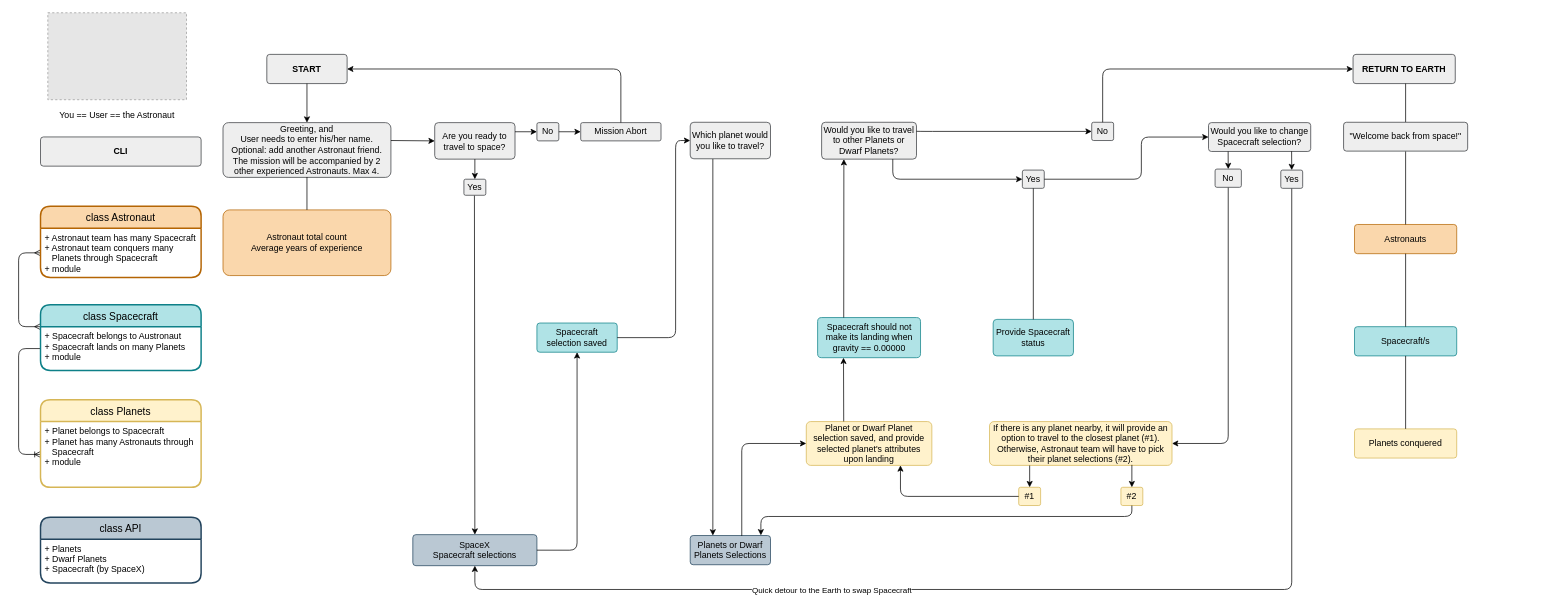
Earlier version of the draw.io diagram Space-Exp Diagram.drawio (fentybit/CLISpaceExploration). Source tidied: cells renumbered, new cells numbered last; positions are measured from the earlier drawing's top-left corner, leaving out a move shared by most shapes. Both pictures are drawn from the tidied source at 73%, with x=0, y=0 at pixel (18, 12). Pictures stored in the file or linked from it are replaced by grey dashed boxes.
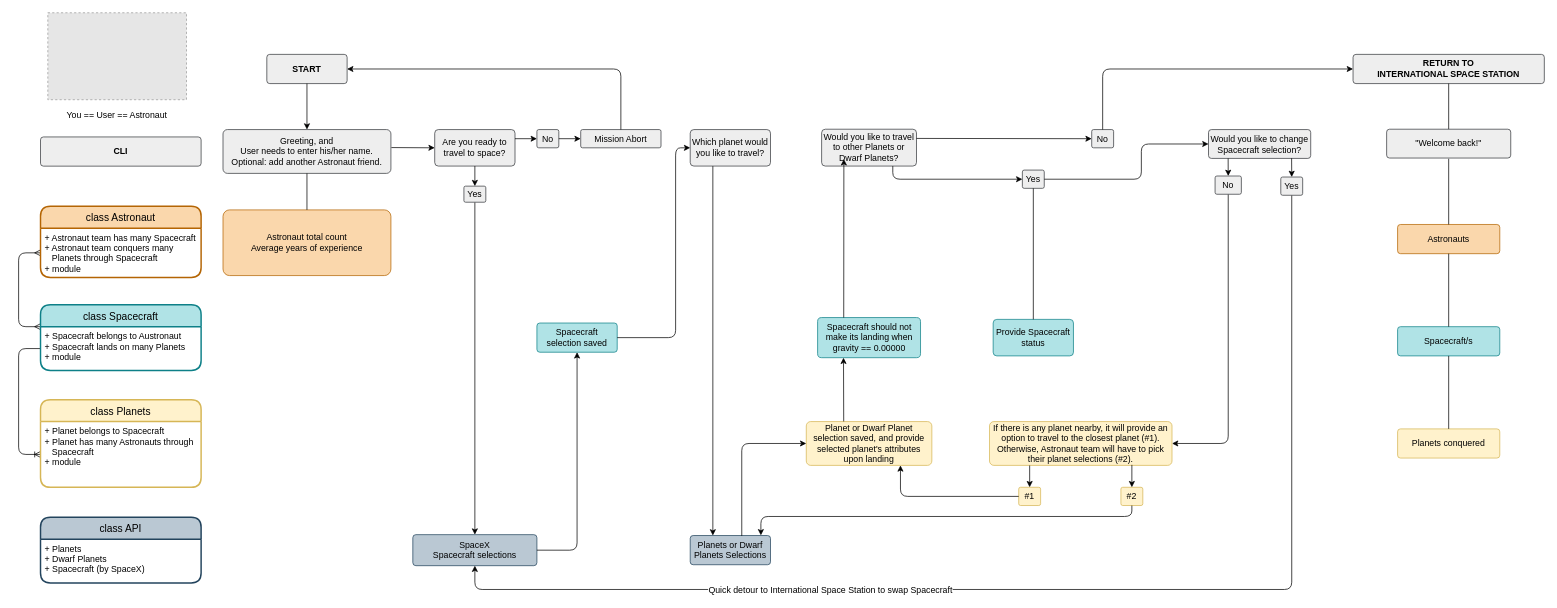
The same diagram, later.

Commit message (it also covers changes not shown here):
CLI, Gemfile and Spacecraft class updates

The change refers to these unchanged cells:
```xml
<mxCell id="8" value="SpaceX&lt;br&gt;Spacecraft selections" style="rounded=1;arcSize=10;whiteSpace=wrap;html=1;align=center;fillColor=#bac8d3;strokeColor=#23445d;" parent="1" vertex="1">
  <mxGeometry x="540" y="714.9" width="170" height="42.5" as="geometry" />
</mxCell>
<mxCell id="17" style="edgeStyle=elbowEdgeStyle;elbow=vertical;endArrow=classic;html=1;exitX=0.5;exitY=1;exitDx=0;exitDy=0;entryX=0.5;entryY=1;entryDx=0;entryDy=0;" parent="1" edge="1" source="22" target="8">
  <mxGeometry relative="1" as="geometry">
    <Array as="points">
      <mxPoint x="1280" y="790" />
      <mxPoint x="1230" y="780" />
      <mxPoint x="1060" y="800" />
      <mxPoint x="840" y="595" />
      <mxPoint x="990" y="678" />
    </Array>
  </mxGeometry>
</mxCell>
```

What changed in the source:
```diff
@@
-    <mxCell id="2" value="You == User == the Astronaut" style="text;html=1;strokeColor=none;fillColor=none;align=center;verticalAlign=middle;whiteSpace=wrap;rounded=0;" parent="1" vertex="1">
+    <mxCell id="2" value="You == User == Astronaut" style="text;html=1;strokeColor=none;fillColor=none;align=center;verticalAlign=middle;whiteSpace=wrap;rounded=0;" parent="1" vertex="1">
       <mxGeometry x="50" y="130" width="170" height="20" as="geometry" />
     </mxCell>
@@
     <mxCell id="6" value="Are you ready to travel to space?" style="rounded=1;arcSize=10;whiteSpace=wrap;html=1;align=center;fillColor=#eeeeee;strokeColor=#36393d;" parent="1" vertex="1">
-      <mxGeometry x="570" y="150.5" width="110" height="50" as="geometry" />
+      <mxGeometry x="570" y="160" width="110" height="50" as="geometry" />
     </mxCell>
@@
     <mxCell id="13" value="Would you like to travel to other Planets or Dwarf Planets?" style="rounded=1;arcSize=10;whiteSpace=wrap;html=1;align=center;fillColor=#eeeeee;strokeColor=#36393d;" parent="1" vertex="1">
-      <mxGeometry x="1100" y="150" width="130" height="50.5" as="geometry" />
+      <mxGeometry x="1100" y="159.5" width="130" height="50.5" as="geometry" />
     </mxCell>
@@
     <mxCell id="16" value="Would you like to change Spacecraft selection?" style="rounded=1;arcSize=10;whiteSpace=wrap;html=1;align=center;fillColor=#eeeeee;strokeColor=#36393d;" parent="1" vertex="1">
-      <mxGeometry x="1630" y="150.5" width="140" height="39.5" as="geometry" />
+      <mxGeometry x="1630" y="160" width="140" height="39.5" as="geometry" />
     </mxCell>
@@
-    <mxCell id="18" value="Quick detour to the Earth to swap Spacecraft" style="edgeLabel;html=1;align=center;verticalAlign=middle;" parent="17" vertex="1">
+    <mxCell id="18" value="Quick detour to International Space Station to swap Spacecraft" style="edgeLabel;html=1;align=center;verticalAlign=middle;fontSize=12;" parent="17" vertex="1">
       <mxGeometry x="0.54" y="2" relative="1" as="geometry">
         <mxPoint x="130" y="-2" as="offset" />
       </mxGeometry>
     </mxCell>
     <mxCell id="19" value="Which planet would you like to travel?" style="rounded=1;arcSize=10;whiteSpace=wrap;html=1;align=center;fillColor=#eeeeee;strokeColor=#36393d;" parent="1" vertex="1">
-      <mxGeometry x="920" y="150" width="110" height="50" as="geometry" />
+      <mxGeometry x="920" y="160" width="110" height="50" as="geometry" />
     </mxCell>
@@
     <mxCell id="21" value="No" style="rounded=1;arcSize=10;whiteSpace=wrap;html=1;align=center;fillColor=#eeeeee;strokeColor=#36393d;" parent="1" vertex="1">
-      <mxGeometry x="1639" y="214.1" width="36" height="25" as="geometry" />
+      <mxGeometry x="1639" y="223.6" width="36" height="25" as="geometry" />
     </mxCell>
     <mxCell id="22" value="Yes" style="rounded=1;arcSize=10;whiteSpace=wrap;html=1;align=center;fillColor=#eeeeee;strokeColor=#36393d;" parent="1" vertex="1">
-      <mxGeometry x="1729" y="215.5" width="30" height="25" as="geometry" />
+      <mxGeometry x="1729" y="225" width="30" height="25" as="geometry" />
     </mxCell>
     <mxCell id="23" style="endArrow=classic;html=1;entryX=0.5;entryY=0;entryDx=0;entryDy=0;exitX=0.121;exitY=1.036;exitDx=0;exitDy=0;exitPerimeter=0;" parent="1" edge="1" target="21">
       <mxGeometry relative="1" as="geometry">
-        <mxPoint x="1656.9" y="190" as="sourcePoint" />
+        <mxPoint x="1656.9" y="199.5" as="sourcePoint" />
       </mxGeometry>
     </mxCell>
@@
     <mxCell id="25" value="No" style="rounded=1;arcSize=10;whiteSpace=wrap;html=1;align=center;fillColor=#eeeeee;strokeColor=#36393d;" parent="1" vertex="1">
-      <mxGeometry x="1470" y="150" width="30" height="25" as="geometry" />
+      <mxGeometry x="1470" y="160" width="30" height="25" as="geometry" />
     </mxCell>
@@
-    <mxCell id="27" style="endArrow=classic;html=1;entryX=0;entryY=0.5;entryDx=0;entryDy=0;" parent="1" edge="1" target="25">
-      <mxGeometry relative="1" as="geometry">
-        <mxPoint x="1230" y="162.4" as="sourcePoint" />
-        <Array as="points">
-          <mxPoint x="1242" y="162.5" />
-        </Array>
-      </mxGeometry>
+    <mxCell id="27" style="endArrow=classic;html=1;entryX=0;entryY=0.5;entryDx=0;entryDy=0;exitX=1;exitY=0.25;exitDx=0;exitDy=0;" parent="1" edge="1" source="13" target="25">
+      <mxGeometry relative="1" as="geometry" />
     </mxCell>
@@
-    <mxCell id="29" value="Greeting, and&lt;br&gt;User needs to enter his/her name.&lt;br&gt;Optional: add another Astronaut friend.&lt;br&gt;The mission will be accompanied by 2 other experienced Astronauts. Max 4." style="rounded=1;arcSize=10;whiteSpace=wrap;html=1;align=center;fillColor=#eeeeee;strokeColor=#36393d;" parent="1" vertex="1">
-      <mxGeometry x="280" y="150.5" width="230" height="75" as="geometry" />
+    <mxCell id="29" value="Greeting, and&lt;br&gt;User needs to enter his/her name.&lt;br&gt;Optional: add another Astronaut friend." style="rounded=1;arcSize=10;whiteSpace=wrap;html=1;align=center;fillColor=#eeeeee;strokeColor=#36393d;" parent="1" vertex="1">
+      <mxGeometry x="280" y="160" width="230" height="60" as="geometry" />
     </mxCell>
-    <mxCell id="30" style="endArrow=classic;html=1;entryX=0;entryY=0.5;entryDx=0;entryDy=0;" parent="1" edge="1" target="6">
-      <mxGeometry relative="1" as="geometry">
-        <mxPoint x="510" y="175" as="sourcePoint" />
-      </mxGeometry>
+    <mxCell id="30" style="endArrow=classic;html=1;entryX=0;entryY=0.5;entryDx=0;entryDy=0;exitX=1.003;exitY=0.411;exitDx=0;exitDy=0;exitPerimeter=0;" parent="1" edge="1" source="29" target="6">
+      <mxGeometry relative="1" as="geometry" />
     </mxCell>
     <mxCell id="31" value="Yes" style="rounded=1;arcSize=10;whiteSpace=wrap;html=1;align=center;fillColor=#eeeeee;strokeColor=#36393d;" parent="1" vertex="1">
-      <mxGeometry x="610" y="228" width="30" height="22" as="geometry" />
+      <mxGeometry x="610" y="237.5" width="30" height="22" as="geometry" />
     </mxCell>
@@
     <mxCell id="33" value="No" style="rounded=1;arcSize=10;whiteSpace=wrap;html=1;align=center;fillColor=#eeeeee;strokeColor=#36393d;" parent="1" vertex="1">
-      <mxGeometry x="710" y="150.5" width="30" height="25" as="geometry" />
+      <mxGeometry x="710" y="160" width="30" height="25" as="geometry" />
     </mxCell>
-    <mxCell id="34" style="endArrow=classic;html=1;" parent="1" edge="1" target="33">
-      <mxGeometry relative="1" as="geometry">
-        <mxPoint x="680" y="163" as="sourcePoint" />
-      </mxGeometry>
+    <mxCell id="34" style="endArrow=classic;html=1;entryX=0;entryY=0.5;entryDx=0;entryDy=0;exitX=1;exitY=0.25;exitDx=0;exitDy=0;" parent="1" edge="1" source="6" target="33">
+      <mxGeometry relative="1" as="geometry" />
     </mxCell>
@@
     <mxCell id="36" value="Mission Abort" style="rounded=1;arcSize=10;whiteSpace=wrap;html=1;align=center;fillColor=#eeeeee;strokeColor=#36393d;" parent="1" vertex="1">
-      <mxGeometry x="770" y="150.5" width="110" height="25" as="geometry" />
+      <mxGeometry x="770" y="160" width="110" height="25" as="geometry" />
     </mxCell>
@@
     <mxCell id="49" style="line;strokeWidth=1;direction=south;html=1;" parent="1" vertex="1">
-      <mxGeometry x="390" y="225" width="10" height="45" as="geometry" />
+      <mxGeometry x="390" y="220" width="10" height="50" as="geometry" />
     </mxCell>
     <mxCell id="50" style="endArrow=classic;html=1;entryX=0.5;entryY=0;entryDx=0;entryDy=0;" parent="1" edge="1" target="8">
       <mxGeometry relative="1" as="geometry">
-        <mxPoint x="624.4" y="250.5" as="sourcePoint" />
+        <mxPoint x="625" y="260" as="sourcePoint" />
       </mxGeometry>
     </mxCell>
@@
-    <mxCell id="53" value="&lt;b&gt;RETURN TO EARTH&lt;/b&gt;" style="rounded=1;arcSize=10;whiteSpace=wrap;html=1;align=center;fillColor=#eeeeee;strokeColor=#36393d;" parent="1" vertex="1">
-      <mxGeometry x="1828" y="57" width="140" height="40" as="geometry" />
+    <mxCell id="53" value="&lt;b&gt;RETURN TO &lt;br&gt;INTERNATIONAL SPACE STATION&lt;br&gt;&lt;/b&gt;" style="rounded=1;arcSize=10;whiteSpace=wrap;html=1;align=center;fillColor=#eeeeee;strokeColor=#36393d;" parent="1" vertex="1">
+      <mxGeometry x="1828" y="57" width="262" height="40" as="geometry" />
     </mxCell>
@@
     <mxCell id="63" value="Astronauts" style="rounded=1;arcSize=10;whiteSpace=wrap;html=1;align=center;fillColor=#fad7ac;strokeColor=#b46504;" parent="1" vertex="1">
-      <mxGeometry x="1830" y="290" width="140" height="40" as="geometry" />
+      <mxGeometry x="1889" y="290" width="140" height="40" as="geometry" />
     </mxCell>
     <mxCell id="64" value="Spacecraft/s" style="rounded=1;arcSize=10;whiteSpace=wrap;html=1;align=center;fillColor=#b0e3e6;strokeColor=#0e8088;" parent="1" vertex="1">
-      <mxGeometry x="1830" y="430" width="140" height="40" as="geometry" />
+      <mxGeometry x="1889" y="430" width="140" height="40" as="geometry" />
     </mxCell>
     <mxCell id="65" value="Planets conquered" style="rounded=1;arcSize=10;whiteSpace=wrap;html=1;align=center;fillColor=#fff2cc;strokeColor=#d6b656;" parent="1" vertex="1">
-      <mxGeometry x="1830" y="570" width="140" height="40" as="geometry" />
+      <mxGeometry x="1889" y="570" width="140" height="40" as="geometry" />
     </mxCell>
     <mxCell id="66" style="line;strokeWidth=1;direction=south;html=1;" parent="1" vertex="1">
-      <mxGeometry x="1895" y="97" width="10" height="53" as="geometry" />
+      <mxGeometry x="1954" y="97" width="10" height="63" as="geometry" />
     </mxCell>
     <mxCell id="67" style="line;strokeWidth=1;direction=south;html=1;" parent="1" vertex="1">
-      <mxGeometry x="1895" y="330" width="10" height="100" as="geometry" />
+      <mxGeometry x="1954" y="330" width="10" height="100" as="geometry" />
     </mxCell>
     <mxCell id="68" style="line;strokeWidth=1;direction=south;html=1;" parent="1" vertex="1">
-      <mxGeometry x="1895" y="470" width="10" height="100" as="geometry" />
+      <mxGeometry x="1954" y="470" width="10" height="100" as="geometry" />
     </mxCell>
-    <mxCell id="69" value="&quot;Welcome back from space!&quot;" style="rounded=1;arcSize=10;whiteSpace=wrap;html=1;align=center;fillColor=#eeeeee;strokeColor=#36393d;" parent="1" vertex="1">
-      <mxGeometry x="1815" y="150" width="170" height="39.5" as="geometry" />
+    <mxCell id="69" value="&quot;Welcome back!&quot;" style="rounded=1;arcSize=10;whiteSpace=wrap;html=1;align=center;fillColor=#eeeeee;strokeColor=#36393d;" parent="1" vertex="1">
+      <mxGeometry x="1874" y="159.5" width="170" height="39.5" as="geometry" />
     </mxCell>
     <mxCell id="70" style="line;strokeWidth=1;direction=south;html=1;" parent="1" vertex="1">
-      <mxGeometry x="1895" y="190" width="10" height="100" as="geometry" />
+      <mxGeometry x="1954" y="200" width="10" height="90" as="geometry" />
     </mxCell>
```
